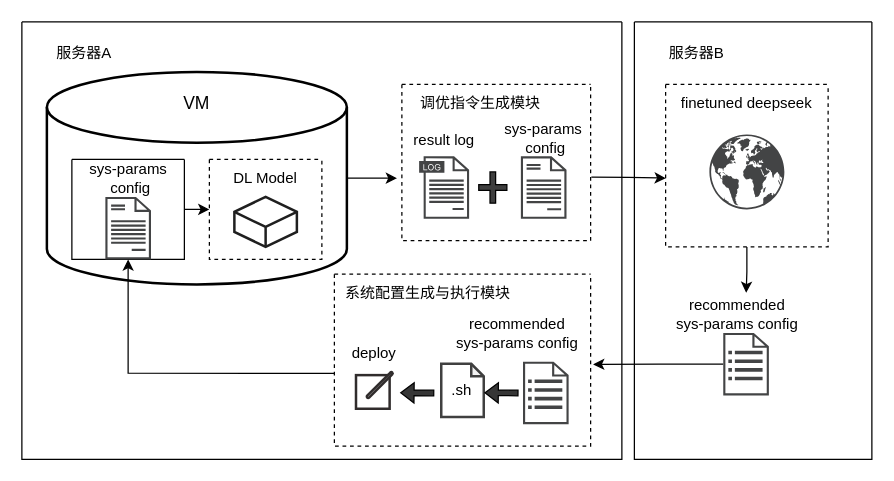
The draw.io diagram page "第 2 页" (2 of 7) of Agent-1.drawio in Dong-J93/_pictures, before the edit. Source tidied: cells renumbered, new cells numbered last; positions are measured from the earlier drawing's top-left corner, leaving out a move shared by most shapes. Both pictures are drawn from the tidied source at 125%, with x=0, y=0 at pixel (21, 21).
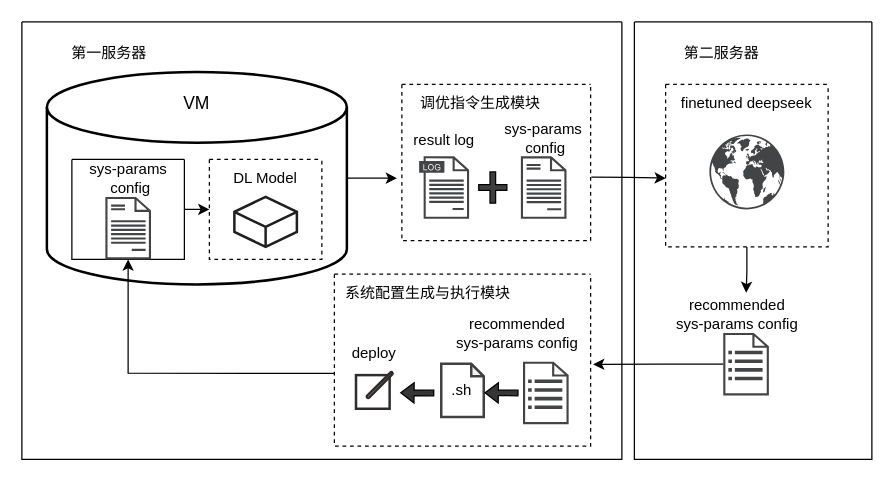
The same page after the edit.

Unchanged cells that the change refers to:
```xml
<mxCell id="28" style="swimlane;startSize=0;" parent="1" vertex="1">
  <mxGeometry width="480" height="350" as="geometry" />
</mxCell>
<mxCell id="40" style="swimlane;startSize=0;" parent="1" vertex="1">
  <mxGeometry x="490" width="190" height="350" as="geometry" />
</mxCell>
```

Change to the diagram source:
```diff
@@
-    <mxCell id="29" value="服务器A" style="text;html=1;align=center;verticalAlign=middle;whiteSpace=wrap;rounded=0;" parent="28" vertex="1">
-      <mxGeometry x="20" y="10" width="60" height="30" as="geometry" />
+    <mxCell id="29" value="第一服务器" style="text;html=1;align=center;verticalAlign=middle;whiteSpace=wrap;rounded=0;" parent="28" vertex="1">
+      <mxGeometry x="20" y="10" width="100" height="30" as="geometry" />
     </mxCell>
@@
-    <mxCell id="41" value="服务器B" style="text;html=1;align=center;verticalAlign=middle;whiteSpace=wrap;rounded=0;" parent="40" vertex="1">
-      <mxGeometry x="20" y="10" width="60" height="30" as="geometry" />
+    <mxCell id="41" value="第二服务器" style="text;html=1;align=center;verticalAlign=middle;whiteSpace=wrap;rounded=0;" parent="40" vertex="1">
+      <mxGeometry x="20" y="10" width="100" height="30" as="geometry" />
     </mxCell>
```
